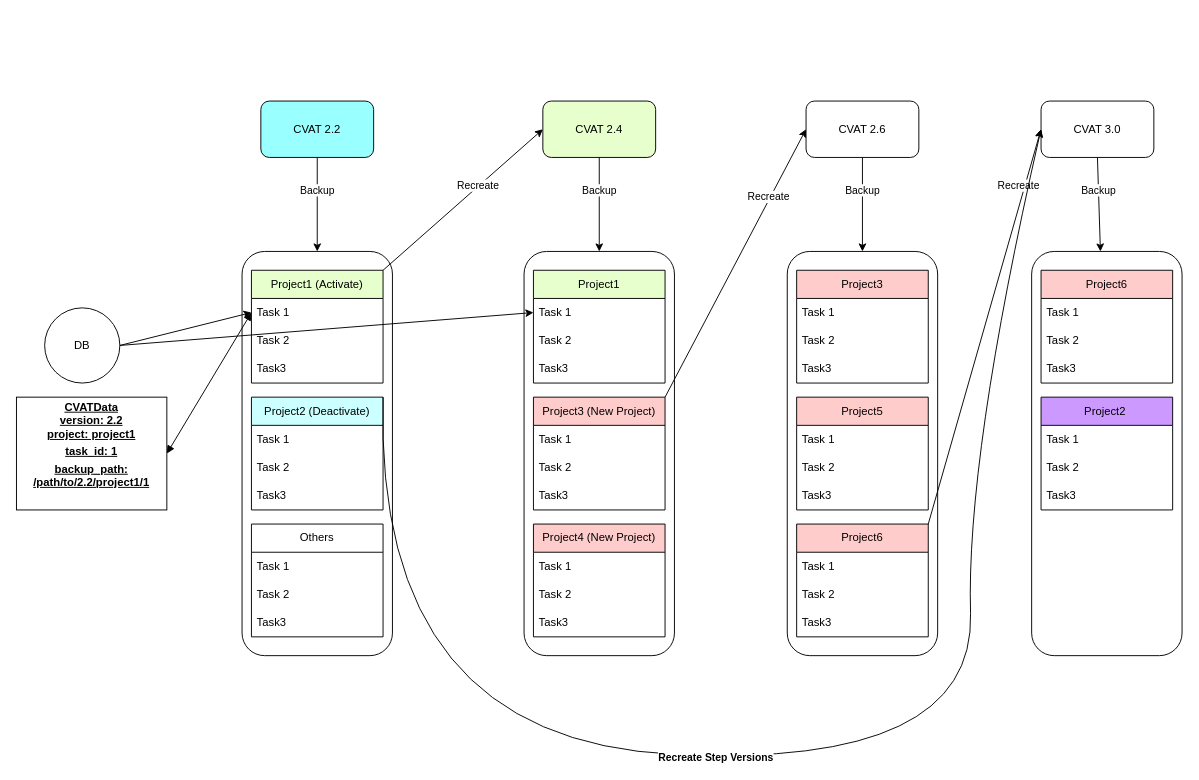
The draw.io diagram cvat_backup.drawio in QAlexBall/diagrams, before the edit. Source tidied: cells renumbered, new cells numbered last; positions are measured from the earlier drawing's top-left corner, leaving out a move shared by most shapes. Both pictures are drawn from the tidied source at 94%, with x=0, y=0 at pixel (16, 101).
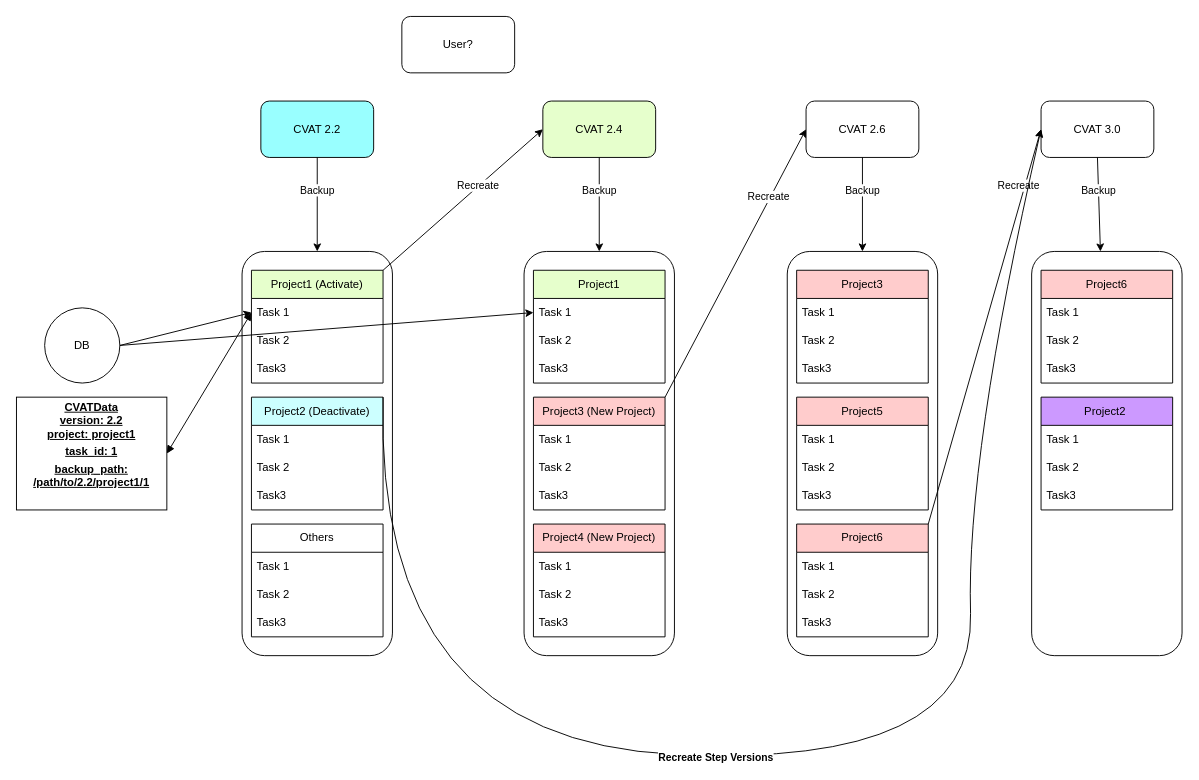
After the change.

What changed in the source:
```diff
@@
+    <mxCell id="75" value="User?" style="rounded=1;whiteSpace=wrap;html=1;" parent="1" vertex="1">
+      <mxGeometry x="410" y="-90" width="120" height="60" as="geometry" />
+    </mxCell>
```
